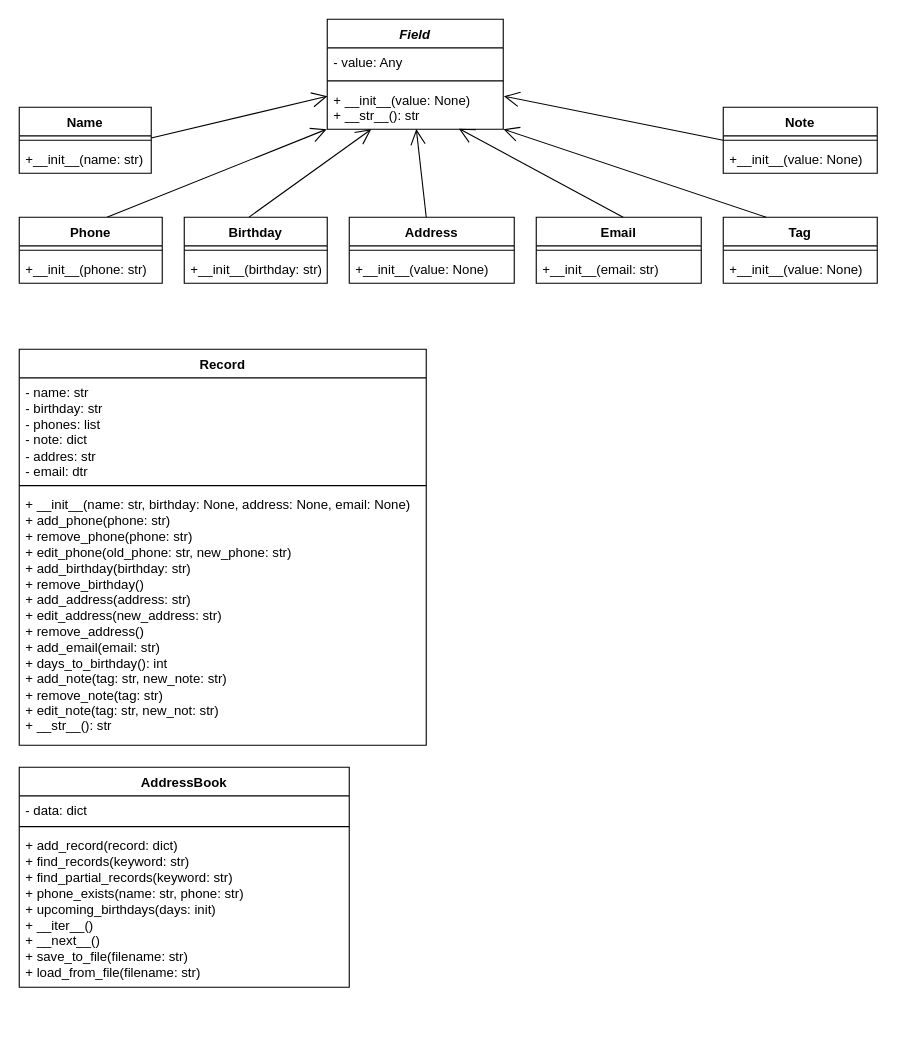
Earlier version of the draw.io diagram Diagram do personal_assistant.drawio (BartoszKrus/web_homework-01). Source tidied: cells renumbered, new cells numbered last; positions are measured from the earlier drawing's top-left corner, leaving out a move shared by most shapes. Both pictures are drawn from the tidied source at 110%, with x=0, y=0 at pixel (19, 19).
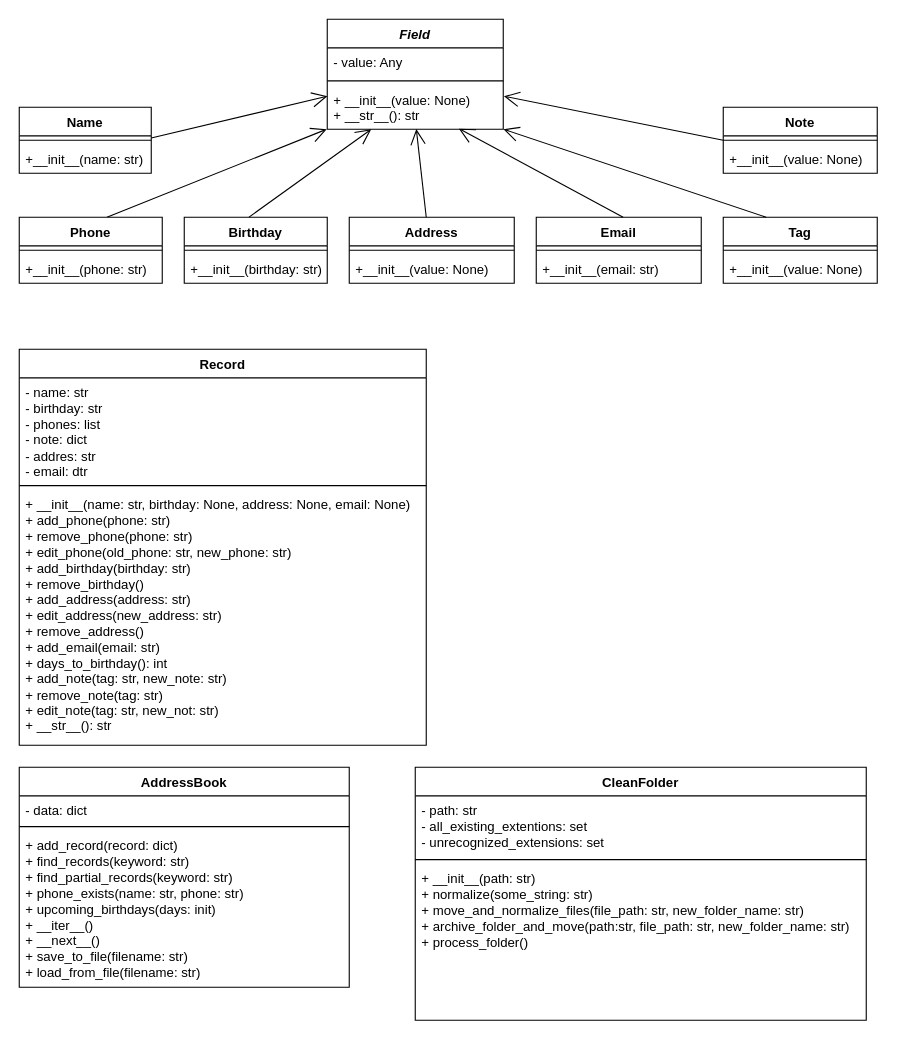
The same diagram, later.

Diff of the diagram source:
```diff
@@
+    <mxCell id="42" value="CleanFolder" style="swimlane;fontStyle=1;align=center;verticalAlign=top;horizontal=1;startSize=26;whiteSpace=wrap;html=1;" parent="1" vertex="1">
+      <mxGeometry x="360" y="680" width="410" height="230" as="geometry" />
+    </mxCell>
+    <mxCell id="43" value="- path: str&lt;div&gt;- all_existing_extentions: set&lt;/div&gt;&lt;div&gt;- unrecognized_extensions: set&lt;/div&gt;" style="text;strokeColor=none;fillColor=none;align=left;verticalAlign=top;spacingLeft=4;spacingRight=4;overflow=hidden;whiteSpace=wrap;html=1;" parent="42" vertex="1">
+      <mxGeometry y="26" width="410" height="54" as="geometry" />
+    </mxCell>
+    <mxCell id="44" style="line;strokeWidth=1;fillColor=none;align=left;verticalAlign=middle;spacingTop=-1;spacingLeft=3;spacingRight=3;labelPosition=right;strokeColor=inherit;" parent="42" vertex="1">
+      <mxGeometry y="80" width="410" height="8" as="geometry" />
+    </mxCell>
+    <mxCell id="45" value="+ __init__(path: str)&lt;div&gt;+ normalize(some_string: str)&lt;br&gt;&lt;/div&gt;&lt;div&gt;+ move_and_normalize_files(file_path: str, new_folder_name: str)&lt;/div&gt;&lt;div&gt;+ archive_folder_and_move(path:str,&amp;nbsp;&lt;span style=&quot;background-color: initial;&quot;&gt;file_path: str, new_folder_name: str)&lt;/span&gt;&lt;/div&gt;&lt;div&gt;&lt;span style=&quot;background-color: initial;&quot;&gt;+ process_folder()&lt;/span&gt;&lt;/div&gt;" style="text;strokeColor=none;fillColor=none;align=left;verticalAlign=top;spacingLeft=4;spacingRight=4;overflow=hidden;whiteSpace=wrap;html=1;" parent="42" vertex="1">
+      <mxGeometry y="88" width="410" height="142" as="geometry" />
+    </mxCell>
```
